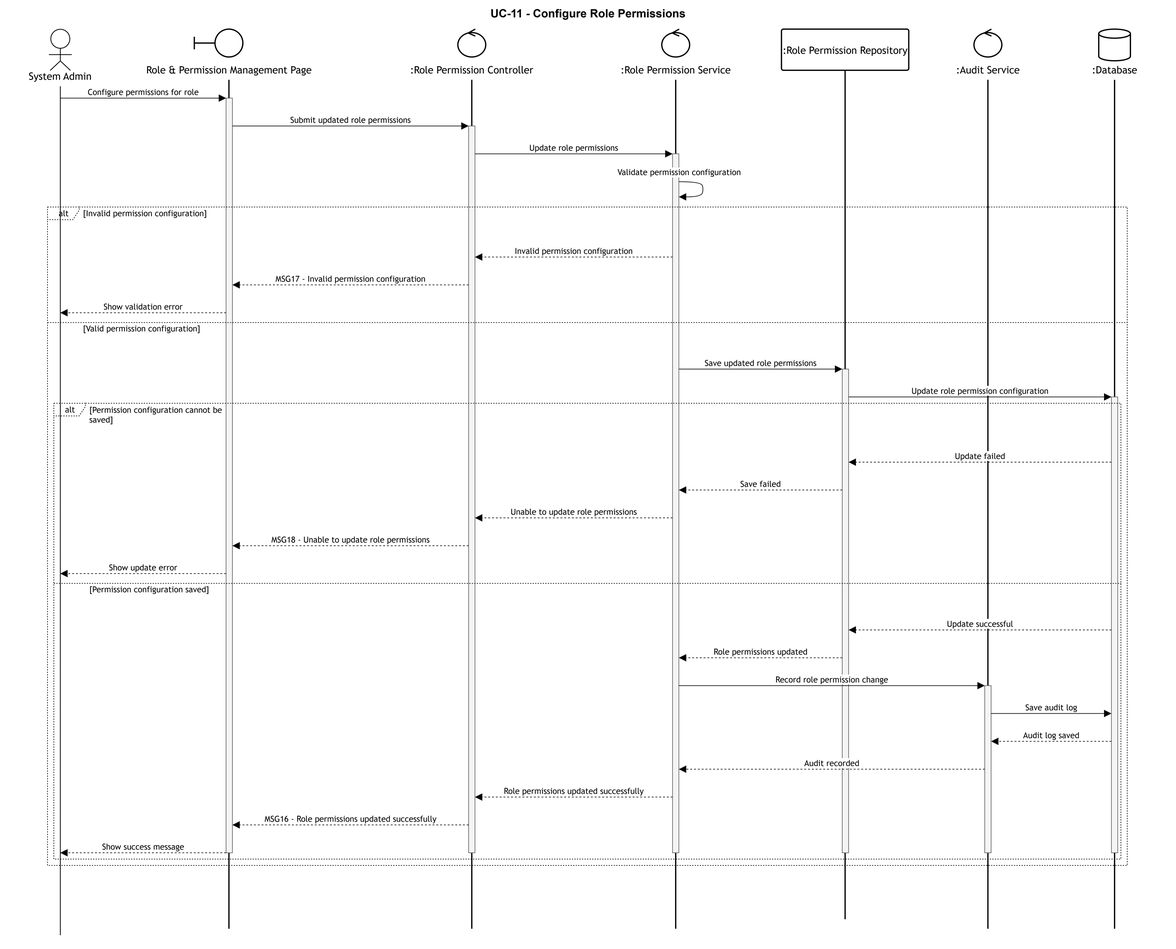
This is docs/06-sequencediagram/drawio-png/uc11_configurerolepermissions.drawio.png from callmehai/FU-FA26-G116, a draw.io export, as it was before one commit. Source tidied: cells renumbered, new cells last; positions are measured from the earlier drawing's top-left corner, leaving out a move shared by most shapes.
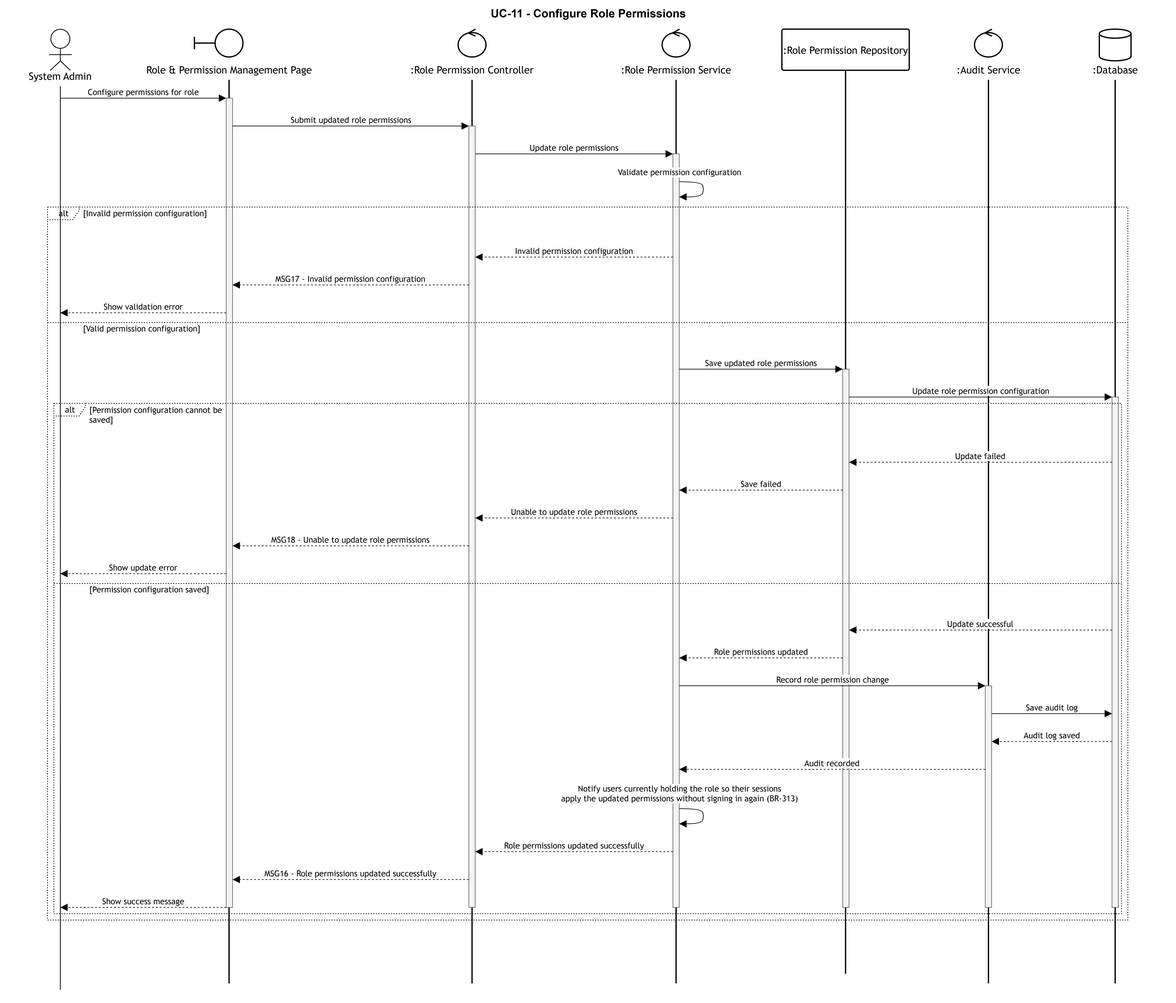
After the commit.

Commit message:
[Docs]: cập nhật UC-11, thêm BR-313 và sequence UC-11 theo SCRUM-105 (BA chốt 22/10/2026)

The edit, as a diff of the source:
```diff
@@ -9,43 +9,43 @@
       <mxGeometry width="1815" height="42" as="geometry" />
     </mxCell>
     <mxCell id="4" value="System Admin" style="html=1;shape=umlLifeline;perimeter=lifelinePerimeter;whiteSpace=wrap;outlineConnect=0;portConstraint=eastwest;newEdgeStyle={&quot;edgeStyle&quot;:&quot;sequenceEdgeStyle&quot;,&quot;libavoidRouting&quot;:0,&quot;curved&quot;:0,&quot;rounded&quot;:0};lifelineDashed=0;strokeWidth=1.25;rounded=1;absoluteArcSize=1;arcSize=6;lifelineColor=#000000;participant=seqActorStick;verticalAlign=bottom;align=center;spacingBottom=4;size=90;lifelineMirror=0;fillColor=#ffffff;strokeColor=#000000;fontColor=#000000;fontFamily=Trebuchet MS,Verdana,Arial,sans-serif;fontSize=16;" parent="2" vertex="1">
-      <mxGeometry y="46" width="150" height="1431" as="geometry" />
+      <mxGeometry y="46" width="150" height="1517" as="geometry" />
     </mxCell>
     <mxCell id="5" value="Role &amp; Permission Management Page" style="html=1;shape=umlLifeline;perimeter=lifelinePerimeter;whiteSpace=wrap;newEdgeStyle={&quot;edgeStyle&quot;:&quot;sequenceEdgeStyle&quot;,&quot;libavoidRouting&quot;:0,&quot;curved&quot;:0,&quot;rounded&quot;:0};lifelineDashed=0;strokeWidth=2;rounded=1;absoluteArcSize=1;arcSize=6;lifelineColor=#000000;participant=seqBoundary;verticalAlign=bottom;align=center;spacingBottom=4;size=80;lifelineMirror=0;fillColor=#ffffff;strokeColor=#000000;fontColor=#000000;fontFamily=Trebuchet MS,Verdana,Arial,sans-serif;fontSize=16;" parent="2" vertex="1">
-      <mxGeometry x="209" y="46" width="265" height="1421" as="geometry" />
+      <mxGeometry x="209" y="46" width="265" height="1507" as="geometry" />
     </mxCell>
     <mxCell id="6" value=":Role Permission Controller" style="html=1;shape=umlLifeline;perimeter=lifelinePerimeter;whiteSpace=wrap;newEdgeStyle={&quot;edgeStyle&quot;:&quot;sequenceEdgeStyle&quot;,&quot;libavoidRouting&quot;:0,&quot;curved&quot;:0,&quot;rounded&quot;:0};lifelineDashed=0;strokeWidth=2;rounded=1;absoluteArcSize=1;arcSize=6;lifelineColor=#000000;participant=seqControl;verticalAlign=bottom;align=center;spacingBottom=4;size=80;lifelineMirror=0;fillColor=#ffffff;strokeColor=#000000;fontColor=#000000;fontFamily=Trebuchet MS,Verdana,Arial,sans-serif;fontSize=16;" parent="2" vertex="1">
-      <mxGeometry x="626" y="46" width="198" height="1421" as="geometry" />
+      <mxGeometry x="626" y="46" width="198" height="1507" as="geometry" />
     </mxCell>
     <mxCell id="7" style="html=1;points=[];perimeter=orthogonalPerimeter;outlineConnect=0;targetShapes=umlLifeline;portConstraint=eastwest;newEdgeStyle={&quot;edgeStyle&quot;:&quot;sequenceEdgeStyle&quot;,&quot;libavoidRouting&quot;:0,&quot;curved&quot;:0,&quot;rounded&quot;:0};fillColor=light-dark(#f4f4f4,#2a2a2a);strokeColor=light-dark(#666666,#cccccc);fontColor=#000000;fontFamily=Trebuchet MS,Verdana,Arial,sans-serif;fontSize=16;" parent="6" vertex="1">
-      <mxGeometry x="94" y="153" width="10" height="1148" as="geometry" />
+      <mxGeometry x="94" y="153" width="10" height="1234" as="geometry" />
     </mxCell>
     <mxCell id="8" value=":Role Permission Service" style="html=1;shape=umlLifeline;perimeter=lifelinePerimeter;whiteSpace=wrap;newEdgeStyle={&quot;edgeStyle&quot;:&quot;sequenceEdgeStyle&quot;,&quot;libavoidRouting&quot;:0,&quot;curved&quot;:0,&quot;rounded&quot;:0};lifelineDashed=0;strokeWidth=2;rounded=1;absoluteArcSize=1;arcSize=6;lifelineColor=#000000;participant=seqControl;verticalAlign=bottom;align=center;spacingBottom=4;size=80;lifelineMirror=0;fillColor=#ffffff;strokeColor=#000000;fontColor=#000000;fontFamily=Trebuchet MS,Verdana,Arial,sans-serif;fontSize=16;" parent="2" vertex="1">
-      <mxGeometry x="958" y="46" width="178" height="1421" as="geometry" />
+      <mxGeometry x="958" y="46" width="178" height="1507" as="geometry" />
     </mxCell>
     <mxCell id="9" style="html=1;points=[];perimeter=orthogonalPerimeter;outlineConnect=0;targetShapes=umlLifeline;portConstraint=eastwest;newEdgeStyle={&quot;edgeStyle&quot;:&quot;sequenceEdgeStyle&quot;,&quot;libavoidRouting&quot;:0,&quot;curved&quot;:0,&quot;rounded&quot;:0};fillColor=light-dark(#f4f4f4,#2a2a2a);strokeColor=light-dark(#666666,#cccccc);fontColor=#000000;fontFamily=Trebuchet MS,Verdana,Arial,sans-serif;fontSize=16;" parent="8" vertex="1">
-      <mxGeometry x="84" y="197" width="10" height="1104" as="geometry" />
+      <mxGeometry x="84" y="197" width="10" height="1190" as="geometry" />
     </mxCell>
     <mxCell id="10" value=":Role Permission Repository" style="html=1;shape=umlLifeline;perimeter=lifelinePerimeter;whiteSpace=wrap;newEdgeStyle={&quot;edgeStyle&quot;:&quot;sequenceEdgeStyle&quot;,&quot;libavoidRouting&quot;:0,&quot;curved&quot;:0,&quot;rounded&quot;:0};lifelineDashed=0;strokeWidth=2;rounded=1;absoluteArcSize=1;arcSize=6;lifelineColor=#000000;size=65;lifelineMirror=0;fillColor=#ffffff;strokeColor=#000000;fontColor=#000000;fontFamily=Trebuchet MS,Verdana,Arial,sans-serif;fontSize=16;" parent="2" vertex="1">
-      <mxGeometry x="1214" y="46" width="201" height="1406" as="geometry" />
+      <mxGeometry x="1214" y="46" width="201" height="1492" as="geometry" />
     </mxCell>
     <mxCell id="11" style="html=1;points=[];perimeter=orthogonalPerimeter;outlineConnect=0;targetShapes=umlLifeline;portConstraint=eastwest;newEdgeStyle={&quot;edgeStyle&quot;:&quot;sequenceEdgeStyle&quot;,&quot;libavoidRouting&quot;:0,&quot;curved&quot;:0,&quot;rounded&quot;:0};fillColor=light-dark(#f4f4f4,#2a2a2a);strokeColor=light-dark(#666666,#cccccc);fontColor=#000000;fontFamily=Trebuchet MS,Verdana,Arial,sans-serif;fontSize=16;" parent="10" vertex="1">
-      <mxGeometry x="96" y="537" width="10" height="764" as="geometry" />
+      <mxGeometry x="96" y="537" width="10" height="850" as="geometry" />
     </mxCell>
     <mxCell id="12" value=":Audit Service" style="html=1;shape=umlLifeline;perimeter=lifelinePerimeter;whiteSpace=wrap;newEdgeStyle={&quot;edgeStyle&quot;:&quot;sequenceEdgeStyle&quot;,&quot;libavoidRouting&quot;:0,&quot;curved&quot;:0,&quot;rounded&quot;:0};lifelineDashed=0;strokeWidth=2;rounded=1;absoluteArcSize=1;arcSize=6;lifelineColor=#000000;participant=seqControl;verticalAlign=bottom;align=center;spacingBottom=4;size=80;lifelineMirror=0;fillColor=#ffffff;strokeColor=#000000;fontColor=#000000;fontFamily=Trebuchet MS,Verdana,Arial,sans-serif;fontSize=16;" parent="2" vertex="1">
-      <mxGeometry x="1465" y="46" width="150" height="1421" as="geometry" />
+      <mxGeometry x="1465" y="46" width="150" height="1507" as="geometry" />
     </mxCell>
     <mxCell id="13" style="html=1;points=[];perimeter=orthogonalPerimeter;outlineConnect=0;targetShapes=umlLifeline;portConstraint=eastwest;newEdgeStyle={&quot;edgeStyle&quot;:&quot;sequenceEdgeStyle&quot;,&quot;libavoidRouting&quot;:0,&quot;curved&quot;:0,&quot;rounded&quot;:0};fillColor=light-dark(#f4f4f4,#2a2a2a);strokeColor=light-dark(#666666,#cccccc);fontColor=#000000;fontFamily=Trebuchet MS,Verdana,Arial,sans-serif;fontSize=16;" parent="12" vertex="1">
-      <mxGeometry x="70" y="1037" width="10" height="264" as="geometry" />
+      <mxGeometry x="70" y="1037" width="10" height="350" as="geometry" />
     </mxCell>
     <mxCell id="14" value=":Database" style="html=1;shape=umlLifeline;perimeter=lifelinePerimeter;whiteSpace=wrap;newEdgeStyle={&quot;edgeStyle&quot;:&quot;sequenceEdgeStyle&quot;,&quot;libavoidRouting&quot;:0,&quot;curved&quot;:0,&quot;rounded&quot;:0};lifelineDashed=0;strokeWidth=2;rounded=1;absoluteArcSize=1;arcSize=6;lifelineColor=#000000;participant=seqDatabase;verticalAlign=bottom;align=center;spacingBottom=4;size=80;lifelineMirror=0;fillColor=#ffffff;strokeColor=#000000;fontColor=#000000;fontFamily=Trebuchet MS,Verdana,Arial,sans-serif;fontSize=16;" parent="2" vertex="1">
-      <mxGeometry x="1665" y="46" width="150" height="1421" as="geometry" />
+      <mxGeometry x="1665" y="46" width="150" height="1507" as="geometry" />
     </mxCell>
     <mxCell id="15" style="html=1;points=[];perimeter=orthogonalPerimeter;outlineConnect=0;targetShapes=umlLifeline;portConstraint=eastwest;newEdgeStyle={&quot;edgeStyle&quot;:&quot;sequenceEdgeStyle&quot;,&quot;libavoidRouting&quot;:0,&quot;curved&quot;:0,&quot;rounded&quot;:0};fillColor=light-dark(#f4f4f4,#2a2a2a);strokeColor=light-dark(#666666,#cccccc);fontColor=#000000;fontFamily=Trebuchet MS,Verdana,Arial,sans-serif;fontSize=16;" parent="14" vertex="1">
-      <mxGeometry x="70" y="581" width="10" height="720" as="geometry" />
+      <mxGeometry x="70" y="581" width="10" height="806" as="geometry" />
     </mxCell>
     <mxCell id="16" value="alt" style="html=1;shape=umlFrame;dashed=1;fixDash=1;dashPattern=2 2;strokeWidth=1;fillColor=none;strokeColor=#000000;fontSize=13;align=center;verticalAlign=middle;fontFamily=Trebuchet MS,Verdana,Arial,sans-serif;fontColor=#000000;height=20;width=50;" parent="2" vertex="1">
-      <mxGeometry x="55" y="327" width="1705" height="1040" as="geometry" />
+      <mxGeometry x="55" y="327" width="1705" height="1126" as="geometry" />
     </mxCell>
     <mxCell id="17" value="[Invalid permission configuration]" style="text;strokeColor=none;fillColor=none;align=left;verticalAlign=middle;whiteSpace=wrap;fontSize=13;fontFamily=Trebuchet MS,Verdana,Arial,sans-serif;fontColor=#000000;labelBackgroundColor=#ffffff;" parent="16" vertex="1">
       <mxGeometry x="54" y="2" width="1651" height="16" as="geometry" />
@@ -57,7 +57,7 @@
       <mxGeometry x="54" y="184" width="1651" height="16" as="geometry" />
     </mxCell>
     <mxCell id="20" value="alt" style="html=1;shape=umlFrame;dashed=1;fixDash=1;dashPattern=2 2;strokeWidth=1;fillColor=none;strokeColor=#000000;fontSize=13;align=center;verticalAlign=middle;fontFamily=Trebuchet MS,Verdana,Arial,sans-serif;fontColor=#000000;height=20;width=50;" parent="2" vertex="1">
-      <mxGeometry x="65" y="637" width="1685" height="720" as="geometry" />
+      <mxGeometry x="65" y="637" width="1685" height="806" as="geometry" />
     </mxCell>
     <mxCell id="21" value="[Permission configuration cannot be&#10;saved]" style="text;strokeColor=none;fillColor=none;align=left;verticalAlign=middle;whiteSpace=wrap;fontSize=13;fontFamily=Trebuchet MS,Verdana,Arial,sans-serif;fontColor=#000000;labelBackgroundColor=#ffffff;" parent="20" vertex="1">
       <mxGeometry x="54" y="2" width="1631" height="32" as="geometry" />
@@ -213,29 +213,41 @@
         </Array>
       </mxGeometry>
     </mxCell>
+    <mxCell id="49" style="edgeStyle=sequenceEdgeStyle;libavoidRouting=0;curved=1;endArrow=block;endSize=9;verticalAlign=bottom;align=center;fontSize=13;labelBackgroundColor=#ffffff;strokeWidth=1;strokeColor=#000000;fontColor=#000000;fontFamily=Trebuchet MS,Verdana,Arial,sans-serif;" parent="2" edge="1" source="9" target="9">
+      <mxGeometry relative="1" as="geometry">
+        <Array as="points">
+          <mxPoint x="1087" y="1277" />
+          <mxPoint x="1091" y="1289" />
+          <mxPoint x="1087" y="1301" />
+        </Array>
+      </mxGeometry>
+    </mxCell>
+    <mxCell id="50" value="Notify users currently holding the role so their sessions&#10;apply the updated permissions without signing in again (BR-313)" style="text;html=1;strokeColor=none;fillColor=none;align=center;verticalAlign=middle;fontFamily=Trebuchet MS,Verdana,Arial,sans-serif;fontSize=13;fontColor=#000000;labelBackgroundColor=#ffffff;" parent="2" vertex="1">
+      <mxGeometry x="832" y="1235" width="440" height="36" as="geometry" />
+    </mxCell>
     <mxCell id="45" value="Role permissions updated successfully" style="dashed=1;fixDash=1;dashPattern=3 3;endArrow=block;endSize=9;verticalAlign=bottom;edgeStyle=sequenceEdgeStyle;libavoidRouting=0;curved=0;rounded=0;fontSize=13;labelBackgroundColor=#ffffff;strokeWidth=1;strokeColor=#000000;fontColor=#000000;fontFamily=Trebuchet MS,Verdana,Arial,sans-serif;" parent="2" edge="1" source="9" target="7">
       <mxGeometry relative="1" as="geometry">
         <Array as="points">
-          <mxPoint x="886" y="1259" />
+          <mxPoint x="886" y="1345" />
         </Array>
       </mxGeometry>
     </mxCell>
     <mxCell id="46" value="MSG16 - Role permissions updated successfully" style="dashed=1;fixDash=1;dashPattern=3 3;endArrow=block;endSize=9;verticalAlign=bottom;edgeStyle=sequenceEdgeStyle;libavoidRouting=0;curved=0;rounded=0;fontSize=13;labelBackgroundColor=#ffffff;strokeWidth=1;strokeColor=#000000;fontColor=#000000;fontFamily=Trebuchet MS,Verdana,Arial,sans-serif;" parent="2" edge="1" source="7" target="48">
       <mxGeometry relative="1" as="geometry">
         <Array as="points">
-          <mxPoint x="531" y="1303" />
+          <mxPoint x="531" y="1389" />
         </Array>
       </mxGeometry>
     </mxCell>
     <mxCell id="47" value="Show success message" style="dashed=1;fixDash=1;dashPattern=3 3;endArrow=block;endSize=9;verticalAlign=bottom;edgeStyle=sequenceEdgeStyle;libavoidRouting=0;curved=0;rounded=0;fontSize=13;labelBackgroundColor=#ffffff;strokeWidth=1;strokeColor=#000000;fontColor=#000000;fontFamily=Trebuchet MS,Verdana,Arial,sans-serif;" parent="2" edge="1" source="48" target="4">
       <mxGeometry relative="1" as="geometry">
         <Array as="points">
-          <mxPoint x="208" y="1347" />
+          <mxPoint x="208" y="1433" />
         </Array>
       </mxGeometry>
     </mxCell>
     <mxCell id="48" style="html=1;points=[];perimeter=orthogonalPerimeter;outlineConnect=0;targetShapes=umlLifeline;portConstraint=eastwest;newEdgeStyle={&quot;edgeStyle&quot;:&quot;sequenceEdgeStyle&quot;,&quot;libavoidRouting&quot;:0,&quot;curved&quot;:0,&quot;rounded&quot;:0};fillColor=light-dark(#f4f4f4,#2a2a2a);strokeColor=light-dark(#666666,#cccccc);fontColor=#000000;fontFamily=Trebuchet MS,Verdana,Arial,sans-serif;fontSize=16;" parent="5" vertex="1">
-      <mxGeometry x="128" y="109" width="10" height="1192" as="geometry" />
+      <mxGeometry x="128" y="109" width="10" height="1278" as="geometry" />
     </mxCell>
   </root>
 </mxGraphModel>
```
